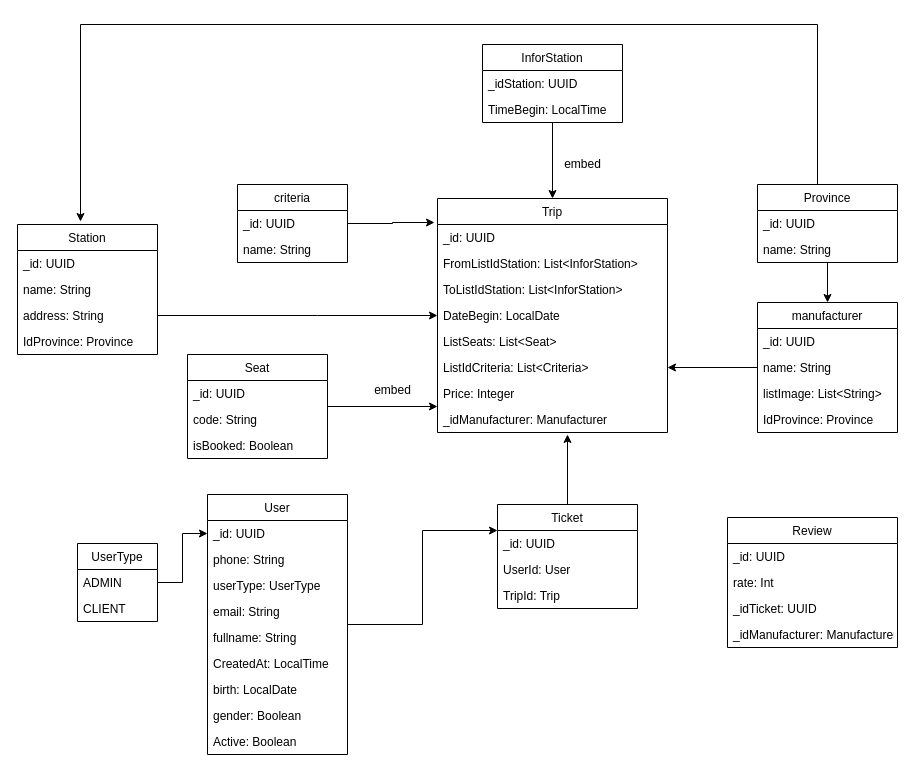
Above: Untitled Diagram.drawio in quannguyen1999/manage-disks (draw.io), before the change. Source tidied: cells renumbered, new cells numbered last; positions are measured from the earlier drawing's top-left corner, leaving out a move shared by most shapes. Both pictures are drawn from the tidied source at 100%, with x=0, y=0 at pixel (17, 24).
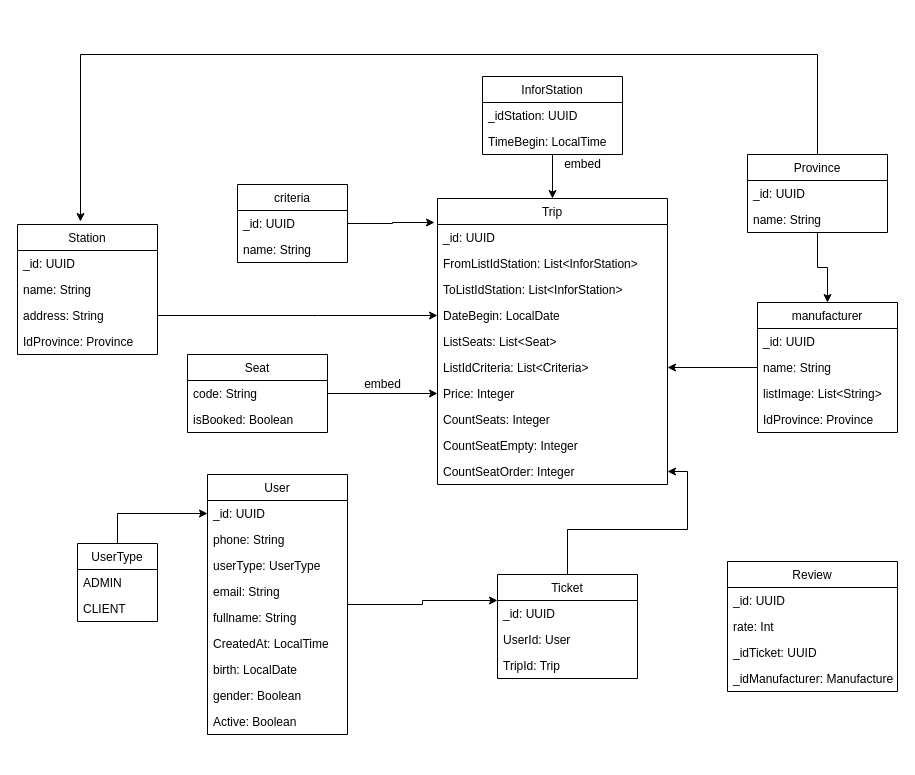
After the change.

Unchanged cells that the change refers to:
```xml
<mxCell id="45" value="Station" style="swimlane;fontStyle=0;horizontal=1;startSize=26;fillColor=none;" parent="1" vertex="1">
  <mxGeometry y="200" width="140" height="130" as="geometry" />
</mxCell>
```

Change to the diagram source:
```diff
@@
     <mxCell id="3" value="Trip" style="swimlane;fontStyle=0;horizontal=1;startSize=26;fillColor=none;" parent="1" vertex="1">
-      <mxGeometry x="420" y="174" width="230" height="234" as="geometry" />
+      <mxGeometry x="420" y="174" width="230" height="286" as="geometry" />
     </mxCell>
@@
-    <mxCell id="11" value="_idManufacturer: Manufacturer" style="text;strokeColor=none;fillColor=none;align=left;verticalAlign=top;spacingLeft=4;spacingRight=4;overflow=hidden;" parent="3" vertex="1">
+    <mxCell id="11" value="CountSeats: Integer" style="text;strokeColor=none;fillColor=none;align=left;verticalAlign=top;spacingLeft=4;spacingRight=4;overflow=hidden;" parent="3" vertex="1">
       <mxGeometry y="208" width="230" height="26" as="geometry" />
     </mxCell>
+    <mxCell id="68" value="CountSeatEmpty: Integer" style="text;strokeColor=none;fillColor=none;align=left;verticalAlign=top;spacingLeft=4;spacingRight=4;overflow=hidden;" parent="3" vertex="1">
+      <mxGeometry y="234" width="230" height="26" as="geometry" />
+    </mxCell>
+    <mxCell id="69" value="CountSeatOrder: Integer" style="text;strokeColor=none;fillColor=none;align=left;verticalAlign=top;spacingLeft=4;spacingRight=4;overflow=hidden;points=[[0,0.5],[1,0.5]];portConstraint=eastwest;" parent="3" vertex="1">
+      <mxGeometry y="260" width="230" height="26" as="geometry" />
+    </mxCell>
@@
     <mxCell id="17" value="InforStation" style="swimlane;fontStyle=0;horizontal=1;startSize=26;fillColor=none;" parent="1" vertex="1">
-      <mxGeometry x="465" y="20" width="140" height="78" as="geometry" />
+      <mxGeometry x="465" y="52" width="140" height="78" as="geometry" />
     </mxCell>
@@
-    <mxCell id="20" style="edgeStyle=orthogonalEdgeStyle;rounded=0;jettySize=auto;html=1;" parent="1" edge="1" source="64">
-      <mxGeometry relative="1" as="geometry">
-        <mxPoint x="550" y="410" as="targetPoint" />
-      </mxGeometry>
-    </mxCell>
     <mxCell id="21" style="edgeStyle=orthogonalEdgeStyle;rounded=0;jettySize=auto;html=1;entryX=0.45;entryY=-0.023;entryDx=0;entryDy=0;entryPerimeter=0;" parent="1" edge="1" source="25" target="45">
       <mxGeometry relative="1" as="geometry">
         <Array as="points">
-          <mxPoint x="800" />
-          <mxPoint x="63" />
+          <mxPoint x="800" y="30" />
+          <mxPoint x="63" y="30" />
         </Array>
       </mxGeometry>
     </mxCell>
@@
     <mxCell id="24" value="embed" style="text;html=1;align=center;verticalAlign=middle;" parent="1" vertex="1">
-      <mxGeometry x="350" y="356" width="50" height="20" as="geometry" />
+      <mxGeometry x="340" y="350" width="50" height="20" as="geometry" />
     </mxCell>
     <mxCell id="25" value="Province" style="swimlane;fontStyle=0;horizontal=1;startSize=26;fillColor=none;" parent="1" vertex="1">
-      <mxGeometry x="740" y="160" width="140" height="78" as="geometry" />
+      <mxGeometry x="730" y="130" width="140" height="78" as="geometry" />
     </mxCell>
@@
     <mxCell id="33" value="Review" style="swimlane;fontStyle=0;horizontal=1;startSize=26;fillColor=none;" parent="1" vertex="1">
-      <mxGeometry x="710" y="493" width="170" height="130" as="geometry" />
+      <mxGeometry x="710" y="537" width="170" height="130" as="geometry" />
     </mxCell>
@@
     <mxCell id="41" value="Seat" style="swimlane;fontStyle=0;horizontal=1;startSize=26;fillColor=none;" parent="1" vertex="1">
-      <mxGeometry x="170" y="330" width="140" height="104" as="geometry" />
+      <mxGeometry x="170" y="330" width="140" height="78" as="geometry" />
     </mxCell>
-    <mxCell id="42" value="_id: UUID" style="text;strokeColor=none;fillColor=none;align=left;verticalAlign=top;spacingLeft=4;spacingRight=4;overflow=hidden;" parent="41" vertex="1">
-      <mxGeometry y="26" width="140" height="26" as="geometry" />
-    </mxCell>
     <mxCell id="43" value="code: String" style="text;strokeColor=none;fillColor=none;align=left;verticalAlign=top;spacingLeft=4;spacingRight=4;overflow=hidden;" parent="41" vertex="1">
-      <mxGeometry y="52" width="140" height="26" as="geometry" />
+      <mxGeometry y="26" width="140" height="26" as="geometry" />
     </mxCell>
     <mxCell id="44" value="isBooked: Boolean" style="text;strokeColor=none;fillColor=none;align=left;verticalAlign=top;spacingLeft=4;spacingRight=4;overflow=hidden;" parent="41" vertex="1">
-      <mxGeometry y="78" width="140" height="26" as="geometry" />
+      <mxGeometry y="52" width="140" height="26" as="geometry" />
     </mxCell>
@@
     <mxCell id="54" value="User" style="swimlane;fontStyle=0;horizontal=1;startSize=26;fillColor=none;" parent="1" vertex="1">
-      <mxGeometry x="190" y="470" width="140" height="260" as="geometry" />
+      <mxGeometry x="190" y="450" width="140" height="260" as="geometry" />
     </mxCell>
@@
+    <mxCell id="70" style="edgeStyle=orthogonalEdgeStyle;rounded=0;jettySize=auto;html=1;" parent="1" edge="1" source="64" target="69">
+      <mxGeometry relative="1" as="geometry" />
+    </mxCell>
     <mxCell id="64" value="Ticket" style="swimlane;fontStyle=0;horizontal=1;startSize=26;fillColor=none;" parent="1" vertex="1">
-      <mxGeometry x="480" y="480" width="140" height="104" as="geometry" />
+      <mxGeometry x="480" y="550" width="140" height="104" as="geometry" />
     </mxCell>
```
